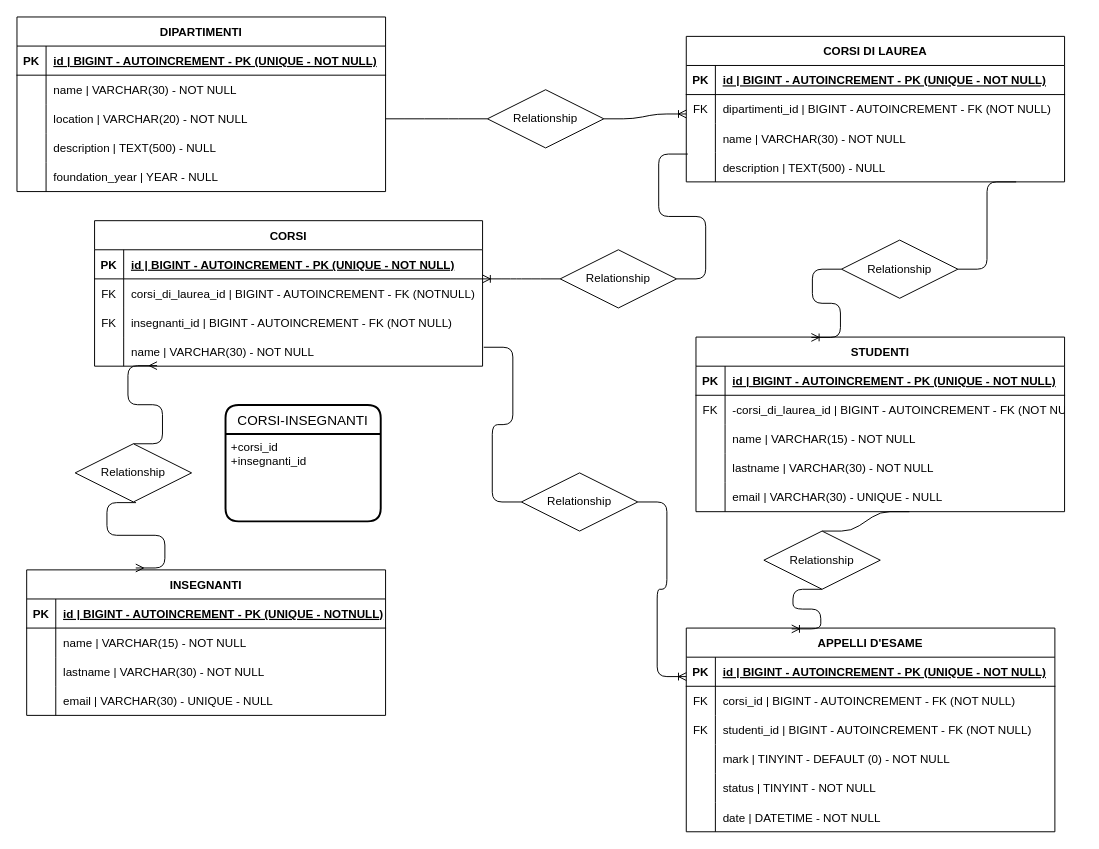
The draw.io diagram schema.drawio in JacopoTrincanato/db-university, before the edit. Source tidied: cells renumbered, new cells numbered last; positions are measured from the earlier drawing's top-left corner, leaving out a move shared by most shapes. Both pictures are drawn from the tidied source at 97%, with x=0, y=0 at pixel (16, 16).
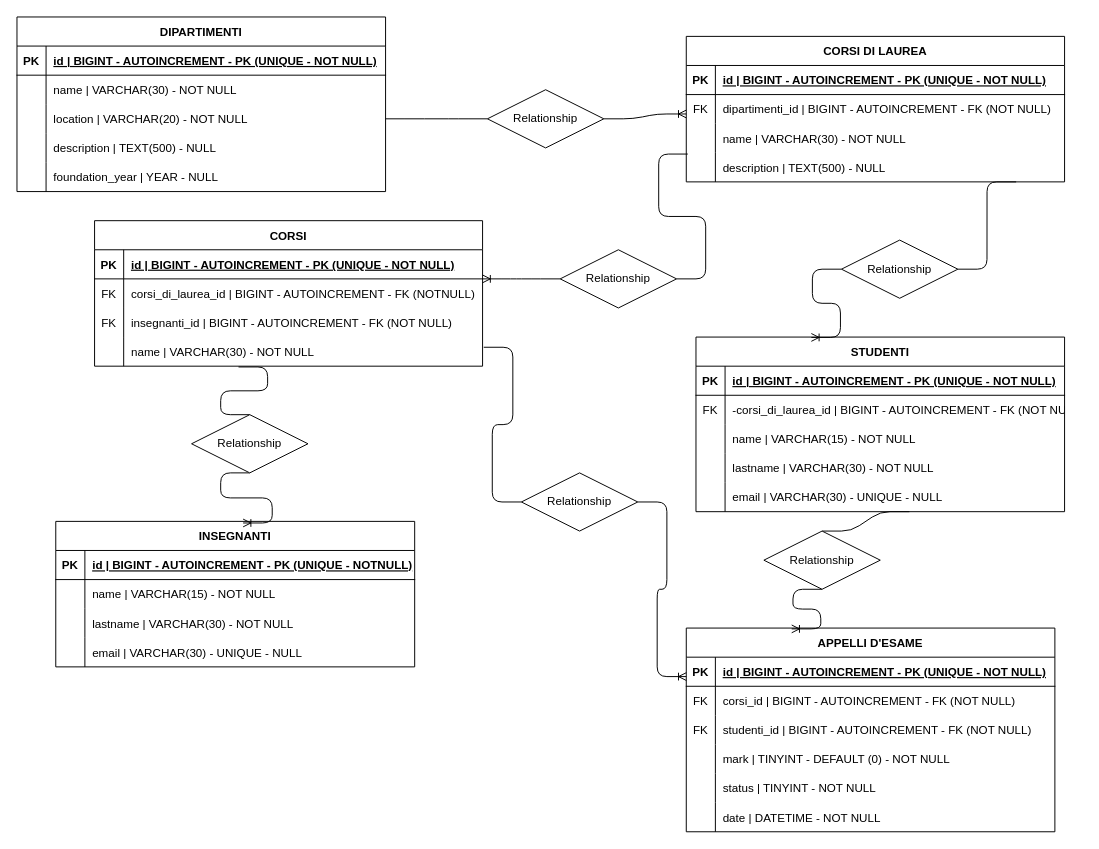
Above is the later version.

Unchanged cells that the change refers to:
```xml
<mxCell id="41" style="shape=tableRow;horizontal=0;startSize=0;swimlaneHead=0;swimlaneBody=0;fillColor=none;points=[[0,0.5],[1,0.5]];portConstraint=eastwest;top=0;left=0;right=0;bottom=0;" parent="31" vertex="1">
  <mxGeometry y="120" width="400" height="30" as="geometry" />
</mxCell>
```

Diff of the diagram source:
```diff
@@
     <mxCell id="44" value="INSEGNANTI" style="shape=table;startSize=30;childLayout=tableLayout;rowLines=0;fontStyle=1;align=center;" parent="1" vertex="1">
-      <mxGeometry x="10" y="570" width="370" height="150" as="geometry" />
+      <mxGeometry x="40" y="520" width="370" height="150" as="geometry" />
     </mxCell>
@@
-    <mxCell id="101" style="edgeStyle=entityRelationEdgeStyle;fontSize=12;html=1;endArrow=ERmany;startArrow=none;entryX=0.161;entryY=0.982;entryDx=0;entryDy=0;entryPerimeter=0;exitX=0.5;exitY=0;exitDx=0;exitDy=0;" parent="1" edge="1" source="105" target="41">
-      <mxGeometry relative="1" as="geometry" />
-    </mxCell>
-    <mxCell id="102" style="edgeStyle=entityRelationEdgeStyle;fontSize=12;html=1;endArrow=none;startArrow=ERmany;exitX=0.304;exitY=-0.013;exitDx=0;exitDy=0;entryX=0.523;entryY=1.011;entryDx=0;entryDy=0;exitPerimeter=0;entryPerimeter=0;" parent="1" edge="1" source="44" target="105">
-      <mxGeometry relative="1" as="geometry" />
-    </mxCell>
-    <mxCell id="103" value="CORSI-INSEGNANTI" style="swimlane;horizontal=1;startSize=30;rounded=1;fontSize=14;fontStyle=0;strokeWidth=2;shadow=0;dashed=0;align=center;" parent="1" vertex="1">
-      <mxGeometry x="215" y="400" width="160" height="120" as="geometry" />
-    </mxCell>
-    <mxCell id="104" value="+corsi_id&#10;+insegnanti_id" style="align=left;strokeColor=none;fillColor=none;spacingLeft=4;fontSize=12;verticalAlign=top;" parent="103" vertex="1">
-      <mxGeometry y="30" width="160" height="90" as="geometry" />
-    </mxCell>
-    <mxCell id="105" value="Relationship" style="shape=rhombus;perimeter=rhombusPerimeter;whiteSpace=wrap;html=1;align=center;" parent="1" vertex="1">
-      <mxGeometry x="60" y="440" width="120" height="60" as="geometry" />
-    </mxCell>
@@
+    <mxCell id="112" style="edgeStyle=entityRelationEdgeStyle;fontSize=12;html=1;endArrow=ERoneToMany;exitX=0.5;exitY=1;exitDx=0;exitDy=0;entryX=0.522;entryY=0.011;entryDx=0;entryDy=0;entryPerimeter=0;startArrow=none;" parent="1" edge="1" source="105" target="44">
+      <mxGeometry relative="1" as="geometry" />
+    </mxCell>
+    <mxCell id="113" style="edgeStyle=entityRelationEdgeStyle;fontSize=12;html=1;endArrow=none;exitX=0.371;exitY=1.027;exitDx=0;exitDy=0;exitPerimeter=0;entryX=0.5;entryY=0;entryDx=0;entryDy=0;" parent="1" edge="1" source="41" target="105">
+      <mxGeometry relative="1" as="geometry" />
+    </mxCell>
+    <mxCell id="105" value="Relationship" style="shape=rhombus;perimeter=rhombusPerimeter;whiteSpace=wrap;html=1;align=center;" parent="1" vertex="1">
+      <mxGeometry x="180" y="410" width="120" height="60" as="geometry" />
+    </mxCell>
```
